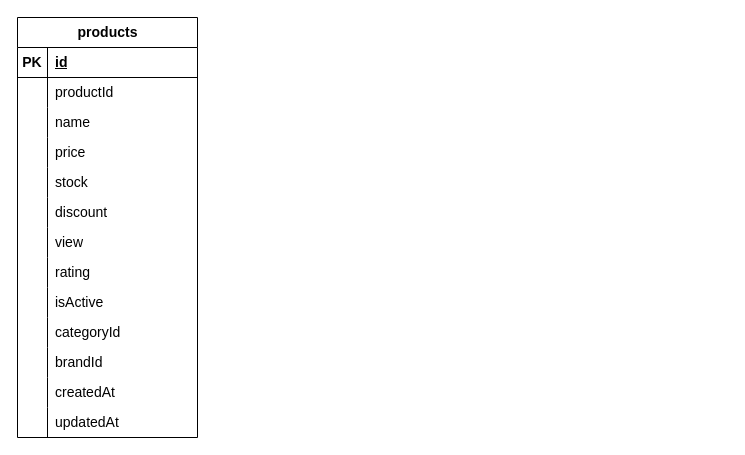
Earlier version of the draw.io diagram page "Trang-1" (1 of 2) of Diagram/Diagram-database.drawio (HaVanDuoc/tech-ecommerce-website). Source tidied: cells renumbered, new cells numbered last; positions are measured from the earlier drawing's top-left corner, leaving out a move shared by most shapes. Both pictures are drawn from the tidied source at 100%, with x=0, y=0 at pixel (17, 17).
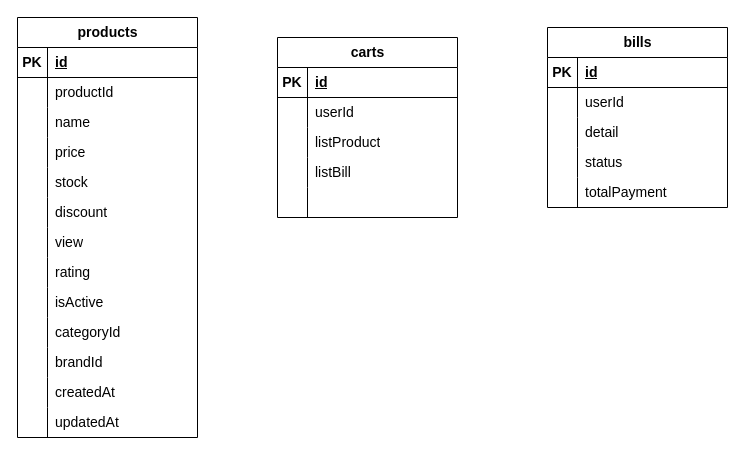
Above is the later version.

Diff of the diagram source:
```diff
@@
+    <mxCell id="42" value="carts" style="shape=table;startSize=30;childLayout=tableLayout;rowLines=0;fontStyle=1;align=center;html=1;fontSize=14;" parent="1" vertex="1">
+      <mxGeometry x="260" y="20" width="180" height="180" as="geometry" />
+    </mxCell>
+    <mxCell id="43" style="shape=tableRow;horizontal=0;startSize=0;swimlaneHead=0;swimlaneBody=0;fillColor=none;top=0;left=0;right=0;bottom=1;fontSize=14;" parent="42" vertex="1">
+      <mxGeometry y="30" width="180" height="30" as="geometry" />
+    </mxCell>
+    <mxCell id="44" value="PK" style="shape=partialRectangle;fillColor=none;top=0;left=0;bottom=0;right=0;fontStyle=1;overflow=hidden;whiteSpace=wrap;html=1;fontSize=14;" parent="43" vertex="1">
+      <mxGeometry width="30" height="30" as="geometry" />
+    </mxCell>
+    <mxCell id="45" value="id" style="shape=partialRectangle;fillColor=none;top=0;left=0;bottom=0;right=0;align=left;spacingLeft=6;fontStyle=5;overflow=hidden;whiteSpace=wrap;html=1;fontSize=14;" parent="43" vertex="1">
+      <mxGeometry x="30" width="150" height="30" as="geometry" />
+    </mxCell>
+    <mxCell id="46" style="shape=tableRow;horizontal=0;startSize=0;swimlaneHead=0;swimlaneBody=0;fillColor=none;top=0;left=0;right=0;bottom=0;fontSize=14;" parent="42" vertex="1">
+      <mxGeometry y="60" width="180" height="30" as="geometry" />
+    </mxCell>
+    <mxCell id="47" style="shape=partialRectangle;fillColor=none;top=0;left=0;bottom=0;right=0;overflow=hidden;whiteSpace=wrap;html=1;fontSize=14;" parent="46" vertex="1">
+      <mxGeometry width="30" height="30" as="geometry" />
+    </mxCell>
+    <mxCell id="48" value="userId" style="shape=partialRectangle;fillColor=none;top=0;left=0;bottom=0;right=0;align=left;spacingLeft=6;overflow=hidden;whiteSpace=wrap;html=1;fontSize=14;" parent="46" vertex="1">
+      <mxGeometry x="30" width="150" height="30" as="geometry" />
+    </mxCell>
+    <mxCell id="49" style="shape=tableRow;horizontal=0;startSize=0;swimlaneHead=0;swimlaneBody=0;fillColor=none;top=0;left=0;right=0;bottom=0;fontSize=14;" parent="42" vertex="1">
+      <mxGeometry y="90" width="180" height="30" as="geometry" />
+    </mxCell>
+    <mxCell id="50" style="shape=partialRectangle;fillColor=none;top=0;left=0;bottom=0;right=0;overflow=hidden;whiteSpace=wrap;html=1;fontSize=14;" parent="49" vertex="1">
+      <mxGeometry width="30" height="30" as="geometry" />
+    </mxCell>
+    <mxCell id="51" value="listProduct" style="shape=partialRectangle;fillColor=none;top=0;left=0;bottom=0;right=0;align=left;spacingLeft=6;overflow=hidden;whiteSpace=wrap;html=1;fontSize=14;" parent="49" vertex="1">
+      <mxGeometry x="30" width="150" height="30" as="geometry" />
+    </mxCell>
+    <mxCell id="52" style="shape=tableRow;horizontal=0;startSize=0;swimlaneHead=0;swimlaneBody=0;fillColor=none;top=0;left=0;right=0;bottom=0;fontSize=14;" parent="42" vertex="1">
+      <mxGeometry y="120" width="180" height="30" as="geometry" />
+    </mxCell>
+    <mxCell id="53" style="shape=partialRectangle;fillColor=none;top=0;left=0;bottom=0;right=0;overflow=hidden;whiteSpace=wrap;html=1;fontSize=14;" parent="52" vertex="1">
+      <mxGeometry width="30" height="30" as="geometry" />
+    </mxCell>
+    <mxCell id="54" value="listBill" style="shape=partialRectangle;fillColor=none;top=0;left=0;bottom=0;right=0;align=left;spacingLeft=6;overflow=hidden;whiteSpace=wrap;html=1;fontSize=14;" parent="52" vertex="1">
+      <mxGeometry x="30" width="150" height="30" as="geometry" />
+    </mxCell>
+    <mxCell id="55" style="shape=tableRow;horizontal=0;startSize=0;swimlaneHead=0;swimlaneBody=0;fillColor=none;top=0;left=0;right=0;bottom=0;fontSize=14;" parent="42" vertex="1">
+      <mxGeometry y="150" width="180" height="30" as="geometry" />
+    </mxCell>
+    <mxCell id="56" style="shape=partialRectangle;fillColor=none;top=0;left=0;bottom=0;right=0;overflow=hidden;whiteSpace=wrap;html=1;fontSize=14;" parent="55" vertex="1">
+      <mxGeometry width="30" height="30" as="geometry" />
+    </mxCell>
+    <mxCell id="57" style="shape=partialRectangle;fillColor=none;top=0;left=0;bottom=0;right=0;align=left;spacingLeft=6;overflow=hidden;whiteSpace=wrap;html=1;fontSize=14;" parent="55" vertex="1">
+      <mxGeometry x="30" width="150" height="30" as="geometry" />
+    </mxCell>
+    <mxCell id="58" value="bills" style="shape=table;startSize=30;childLayout=tableLayout;rowLines=0;fontStyle=1;align=center;html=1;fontSize=14;" parent="1" vertex="1">
+      <mxGeometry x="530" y="10" width="180" height="180" as="geometry" />
+    </mxCell>
+    <mxCell id="59" style="shape=tableRow;horizontal=0;startSize=0;swimlaneHead=0;swimlaneBody=0;fillColor=none;top=0;left=0;right=0;bottom=1;fontSize=14;" parent="58" vertex="1">
+      <mxGeometry y="30" width="180" height="30" as="geometry" />
+    </mxCell>
+    <mxCell id="60" value="PK" style="shape=partialRectangle;fillColor=none;top=0;left=0;bottom=0;right=0;fontStyle=1;overflow=hidden;whiteSpace=wrap;html=1;fontSize=14;" parent="59" vertex="1">
+      <mxGeometry width="30" height="30" as="geometry" />
+    </mxCell>
+    <mxCell id="61" value="id" style="shape=partialRectangle;fillColor=none;top=0;left=0;bottom=0;right=0;align=left;spacingLeft=6;fontStyle=5;overflow=hidden;whiteSpace=wrap;html=1;fontSize=14;" parent="59" vertex="1">
+      <mxGeometry x="30" width="150" height="30" as="geometry" />
+    </mxCell>
+    <mxCell id="62" style="shape=tableRow;horizontal=0;startSize=0;swimlaneHead=0;swimlaneBody=0;fillColor=none;top=0;left=0;right=0;bottom=0;fontSize=14;" parent="58" vertex="1">
+      <mxGeometry y="60" width="180" height="30" as="geometry" />
+    </mxCell>
+    <mxCell id="63" style="shape=partialRectangle;fillColor=none;top=0;left=0;bottom=0;right=0;overflow=hidden;whiteSpace=wrap;html=1;fontSize=14;" parent="62" vertex="1">
+      <mxGeometry width="30" height="30" as="geometry" />
+    </mxCell>
+    <mxCell id="64" value="userId" style="shape=partialRectangle;fillColor=none;top=0;left=0;bottom=0;right=0;align=left;spacingLeft=6;overflow=hidden;whiteSpace=wrap;html=1;fontSize=14;" parent="62" vertex="1">
+      <mxGeometry x="30" width="150" height="30" as="geometry" />
+    </mxCell>
+    <mxCell id="65" style="shape=tableRow;horizontal=0;startSize=0;swimlaneHead=0;swimlaneBody=0;fillColor=none;top=0;left=0;right=0;bottom=0;fontSize=14;" parent="58" vertex="1">
+      <mxGeometry y="90" width="180" height="30" as="geometry" />
+    </mxCell>
+    <mxCell id="66" style="shape=partialRectangle;fillColor=none;top=0;left=0;bottom=0;right=0;overflow=hidden;whiteSpace=wrap;html=1;fontSize=14;" parent="65" vertex="1">
+      <mxGeometry width="30" height="30" as="geometry" />
+    </mxCell>
+    <mxCell id="67" value="detail" style="shape=partialRectangle;fillColor=none;top=0;left=0;bottom=0;right=0;align=left;spacingLeft=6;overflow=hidden;whiteSpace=wrap;html=1;fontSize=14;" parent="65" vertex="1">
+      <mxGeometry x="30" width="150" height="30" as="geometry" />
+    </mxCell>
+    <mxCell id="68" style="shape=tableRow;horizontal=0;startSize=0;swimlaneHead=0;swimlaneBody=0;fillColor=none;top=0;left=0;right=0;bottom=0;fontSize=14;" parent="58" vertex="1">
+      <mxGeometry y="120" width="180" height="30" as="geometry" />
+    </mxCell>
+    <mxCell id="69" style="shape=partialRectangle;fillColor=none;top=0;left=0;bottom=0;right=0;overflow=hidden;whiteSpace=wrap;html=1;fontSize=14;" parent="68" vertex="1">
+      <mxGeometry width="30" height="30" as="geometry" />
+    </mxCell>
+    <mxCell id="70" value="status" style="shape=partialRectangle;fillColor=none;top=0;left=0;bottom=0;right=0;align=left;spacingLeft=6;overflow=hidden;whiteSpace=wrap;html=1;fontSize=14;" parent="68" vertex="1">
+      <mxGeometry x="30" width="150" height="30" as="geometry" />
+    </mxCell>
+    <mxCell id="71" style="shape=tableRow;horizontal=0;startSize=0;swimlaneHead=0;swimlaneBody=0;fillColor=none;top=0;left=0;right=0;bottom=0;fontSize=14;" parent="58" vertex="1">
+      <mxGeometry y="150" width="180" height="30" as="geometry" />
+    </mxCell>
+    <mxCell id="72" style="shape=partialRectangle;fillColor=none;top=0;left=0;bottom=0;right=0;overflow=hidden;whiteSpace=wrap;html=1;fontSize=14;" parent="71" vertex="1">
+      <mxGeometry width="30" height="30" as="geometry" />
+    </mxCell>
+    <mxCell id="73" value="totalPayment" style="shape=partialRectangle;fillColor=none;top=0;left=0;bottom=0;right=0;align=left;spacingLeft=6;overflow=hidden;whiteSpace=wrap;html=1;fontSize=14;" parent="71" vertex="1">
+      <mxGeometry x="30" width="150" height="30" as="geometry" />
+    </mxCell>
```
